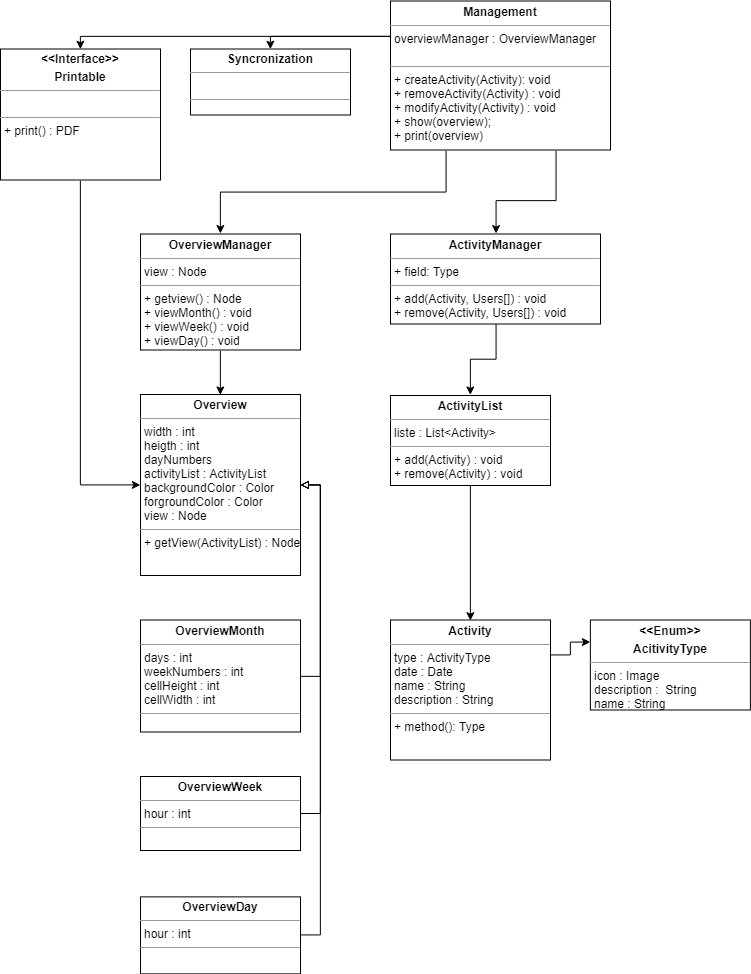
Before: docs/diagrams/AnalyseDiagrammer/PlanlaegningAnalyseKlasseDiagram.png, a diagram exported from draw.io (SBangslund/SE02_Projekt). Source tidied: cells renumbered, new cells last; positions are measured from the earlier drawing's top-left corner, leaving out a move shared by most shapes.
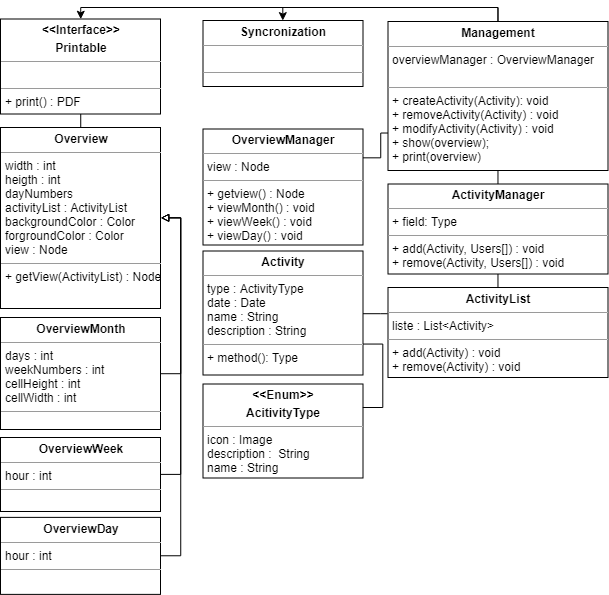
After the change.

Commit message:
opdatering analyseklassediagram se planlægning

Change to the diagram source:
```diff
@@ -3,89 +3,109 @@
     <mxCell id="0" />
     <mxCell id="1" parent="0" />
     <mxCell id="2" value="&lt;p style=&quot;margin: 0px ; margin-top: 4px ; text-align: center&quot;&gt;&lt;b&gt;Overview&lt;/b&gt;&lt;/p&gt;&lt;hr size=&quot;1&quot;&gt;&lt;p style=&quot;margin: 0px ; margin-left: 4px&quot;&gt;width : int&lt;/p&gt;&lt;p style=&quot;margin: 0px ; margin-left: 4px&quot;&gt;heigth : int&lt;/p&gt;&lt;p style=&quot;margin: 0px ; margin-left: 4px&quot;&gt;dayNumbers&lt;/p&gt;&lt;p style=&quot;margin: 0px ; margin-left: 4px&quot;&gt;activityList : ActivityList&lt;/p&gt;&lt;p style=&quot;margin: 0px ; margin-left: 4px&quot;&gt;backgroundColor : Color&lt;/p&gt;&lt;p style=&quot;margin: 0px ; margin-left: 4px&quot;&gt;forgroundColor : Color&lt;/p&gt;&lt;p style=&quot;margin: 0px ; margin-left: 4px&quot;&gt;view : Node&lt;/p&gt;&lt;hr size=&quot;1&quot;&gt;&lt;p style=&quot;margin: 0px ; margin-left: 4px&quot;&gt;+ getView(ActivityList) : Node&lt;/p&gt;" style="verticalAlign=top;align=left;overflow=fill;fontSize=12;fontFamily=Helvetica;html=1;" parent="1" vertex="1">
-      <mxGeometry x="140" y="393" width="160" height="181" as="geometry" />
+      <mxGeometry x="180" y="162" width="160" height="181" as="geometry" />
     </mxCell>
     <mxCell id="3" style="edgeStyle=orthogonalEdgeStyle;rounded=0;jumpStyle=arc;jettySize=auto;html=1;exitX=1;exitY=0.5;exitDx=0;exitDy=0;entryX=1;entryY=0.5;entryDx=0;entryDy=0;endArrow=block;endFill=0;" parent="1" edge="1" source="4" target="2">
       <mxGeometry relative="1" as="geometry" />
     </mxCell>
     <mxCell id="4" value="&lt;p style=&quot;margin: 0px ; margin-top: 4px ; text-align: center&quot;&gt;&lt;b&gt;OverviewMonth&lt;/b&gt;&lt;/p&gt;&lt;hr size=&quot;1&quot;&gt;&lt;p style=&quot;margin: 0px ; margin-left: 4px&quot;&gt;days : int&lt;/p&gt;&lt;p style=&quot;margin: 0px ; margin-left: 4px&quot;&gt;weekNumbers : int&lt;/p&gt;&lt;p style=&quot;margin: 0px ; margin-left: 4px&quot;&gt;cellHeight : int&lt;/p&gt;&lt;p style=&quot;margin: 0px ; margin-left: 4px&quot;&gt;cellWidth : int&lt;/p&gt;&lt;hr size=&quot;1&quot;&gt;&lt;p style=&quot;margin: 0px ; margin-left: 4px&quot;&gt;&lt;br&gt;&lt;/p&gt;" style="verticalAlign=top;align=left;overflow=fill;fontSize=12;fontFamily=Helvetica;html=1;" parent="1" vertex="1">
-      <mxGeometry x="140" y="618.5" width="160" height="112" as="geometry" />
+      <mxGeometry x="180" y="352" width="160" height="112" as="geometry" />
     </mxCell>
     <mxCell id="5" style="edgeStyle=orthogonalEdgeStyle;rounded=0;jumpStyle=arc;jettySize=auto;html=1;exitX=1;exitY=0.5;exitDx=0;exitDy=0;entryX=1;entryY=0.5;entryDx=0;entryDy=0;endArrow=block;endFill=0;" parent="1" edge="1" source="6" target="2">
       <mxGeometry relative="1" as="geometry" />
     </mxCell>
     <mxCell id="6" value="&lt;p style=&quot;margin: 0px ; margin-top: 4px ; text-align: center&quot;&gt;&lt;b&gt;OverviewWeek&lt;/b&gt;&lt;/p&gt;&lt;hr size=&quot;1&quot;&gt;&lt;p style=&quot;margin: 0px ; margin-left: 4px&quot;&gt;hour : int&lt;/p&gt;&lt;hr size=&quot;1&quot;&gt;&lt;p style=&quot;margin: 0px ; margin-left: 4px&quot;&gt;&lt;br&gt;&lt;/p&gt;" style="verticalAlign=top;align=left;overflow=fill;fontSize=12;fontFamily=Helvetica;html=1;" parent="1" vertex="1">
-      <mxGeometry x="140" y="775" width="160" height="74" as="geometry" />
+      <mxGeometry x="180" y="472" width="160" height="74" as="geometry" />
     </mxCell>
     <mxCell id="7" style="edgeStyle=orthogonalEdgeStyle;rounded=0;jumpStyle=arc;jettySize=auto;html=1;exitX=1;exitY=0.5;exitDx=0;exitDy=0;entryX=1;entryY=0.5;entryDx=0;entryDy=0;endArrow=block;endFill=0;" parent="1" edge="1" source="8" target="2">
-      <mxGeometry relative="1" as="geometry" />
+      <mxGeometry relative="1" as="geometry">
+        <Array as="points">
+          <mxPoint x="360" y="591" />
+          <mxPoint x="360" y="253" />
+        </Array>
+      </mxGeometry>
     </mxCell>
     <mxCell id="8" value="&lt;p style=&quot;margin: 0px ; margin-top: 4px ; text-align: center&quot;&gt;&lt;b&gt;OverviewDay&lt;/b&gt;&lt;/p&gt;&lt;hr size=&quot;1&quot;&gt;&lt;p style=&quot;margin: 0px ; margin-left: 4px&quot;&gt;hour : int&lt;/p&gt;&lt;hr size=&quot;1&quot;&gt;&lt;p style=&quot;margin: 0px ; margin-left: 4px&quot;&gt;&lt;br&gt;&lt;/p&gt;" style="verticalAlign=top;align=left;overflow=fill;fontSize=12;fontFamily=Helvetica;html=1;" parent="1" vertex="1">
-      <mxGeometry x="140" y="895.4" width="160" height="77" as="geometry" />
+      <mxGeometry x="180" y="551.9" width="160" height="77" as="geometry" />
     </mxCell>
-    <mxCell id="9" style="edgeStyle=orthogonalEdgeStyle;rounded=0;jumpStyle=arc;jettySize=auto;html=1;exitX=0.25;exitY=1;exitDx=0;exitDy=0;entryX=0.5;entryY=0;entryDx=0;entryDy=0;" parent="1" edge="1" source="13" target="18">
-      <mxGeometry relative="1" as="geometry" />
+    <mxCell id="9" style="edgeStyle=orthogonalEdgeStyle;rounded=0;jumpStyle=arc;jettySize=auto;html=1;exitX=0;exitY=0.75;exitDx=0;exitDy=0;entryX=1;entryY=0.25;entryDx=0;entryDy=0;endArrow=none;endFill=0;" parent="1" edge="1" source="13" target="18">
+      <mxGeometry relative="1" as="geometry">
+        <Array as="points">
+          <mxPoint x="560" y="168" />
+          <mxPoint x="560" y="192" />
+        </Array>
+      </mxGeometry>
     </mxCell>
-    <mxCell id="10" style="edgeStyle=orthogonalEdgeStyle;rounded=0;jumpStyle=arc;jettySize=auto;html=1;exitX=0.75;exitY=1;exitDx=0;exitDy=0;entryX=0.5;entryY=0;entryDx=0;entryDy=0;" parent="1" edge="1" source="13" target="20">
+    <mxCell id="10" style="edgeStyle=orthogonalEdgeStyle;rounded=0;jumpStyle=arc;jettySize=auto;html=1;exitX=0.5;exitY=1;exitDx=0;exitDy=0;entryX=0.5;entryY=0;entryDx=0;entryDy=0;endArrow=none;endFill=0;" parent="1" edge="1" source="13" target="20">
       <mxGeometry relative="1" as="geometry">
         <Array as="points">
-          <mxPoint x="555" y="199.5" />
-          <mxPoint x="495" y="199.5" />
+          <mxPoint x="677" y="212" />
+          <mxPoint x="677" y="212" />
         </Array>
       </mxGeometry>
     </mxCell>
+    <mxCell id="12" style="edgeStyle=orthogonalEdgeStyle;rounded=0;jettySize=auto;html=1;exitX=0.5;exitY=0;exitDx=0;exitDy=0;entryX=0.5;entryY=0;entryDx=0;entryDy=0;" parent="1" edge="1" source="13" target="15">
+      <mxGeometry relative="1" as="geometry">
+        <Array as="points">
+          <mxPoint x="677" y="42" />
+          <mxPoint x="260" y="42" />
+        </Array>
+      </mxGeometry>
+    </mxCell>
-    <mxCell id="11" style="edgeStyle=orthogonalEdgeStyle;rounded=0;jumpStyle=arc;jettySize=auto;html=1;exitX=0;exitY=0.25;exitDx=0;exitDy=0;entryX=0.5;entryY=0;entryDx=0;entryDy=0;endArrow=classic;endFill=1;" parent="1" edge="1" source="13" target="16">
+    <mxCell id="11" style="edgeStyle=orthogonalEdgeStyle;rounded=0;jettySize=auto;html=1;exitX=0.5;exitY=0;exitDx=0;exitDy=0;entryX=0.5;entryY=0;entryDx=0;entryDy=0;" parent="1" edge="1" source="13" target="16">
       <mxGeometry relative="1" as="geometry">
         <Array as="points">
-          <mxPoint x="270" y="34.5" />
+          <mxPoint x="677" y="42" />
+          <mxPoint x="463" y="42" />
         </Array>
       </mxGeometry>
     </mxCell>
-    <mxCell id="12" style="edgeStyle=orthogonalEdgeStyle;rounded=0;jumpStyle=arc;jettySize=auto;html=1;exitX=0;exitY=0.25;exitDx=0;exitDy=0;entryX=0.5;entryY=0;entryDx=0;entryDy=0;endArrow=classic;endFill=1;" parent="1" edge="1" source="13" target="15">
-      <mxGeometry relative="1" as="geometry">
-        <Array as="points">
-          <mxPoint x="80" y="34.5" />
-        </Array>
-      </mxGeometry>
-    </mxCell>
     <mxCell id="13" value="&lt;p style=&quot;margin: 0px ; margin-top: 4px ; text-align: center&quot;&gt;&lt;b&gt;Management&lt;/b&gt;&lt;/p&gt;&lt;hr size=&quot;1&quot;&gt;&lt;p style=&quot;margin: 0px ; margin-left: 4px&quot;&gt;overviewManager : OverviewManager&lt;/p&gt;&lt;p style=&quot;margin: 0px ; margin-left: 4px&quot;&gt;&lt;br&gt;&lt;/p&gt;&lt;hr size=&quot;1&quot;&gt;&lt;p style=&quot;margin: 0px ; margin-left: 4px&quot;&gt;+ createActivity(Activity): void&lt;/p&gt;&lt;p style=&quot;margin: 0px ; margin-left: 4px&quot;&gt;+ removeActivity(Activity) : void&lt;/p&gt;&lt;p style=&quot;margin: 0px ; margin-left: 4px&quot;&gt;+ modifyActivity(Activity) : void&lt;/p&gt;&lt;p style=&quot;margin: 0px ; margin-left: 4px&quot;&gt;+ show(overview);&lt;/p&gt;&lt;p style=&quot;margin: 0px ; margin-left: 4px&quot;&gt;+ print(overview)&lt;/p&gt;" style="verticalAlign=top;align=left;overflow=fill;fontSize=12;fontFamily=Helvetica;html=1;" parent="1" vertex="1">
-      <mxGeometry x="390" y="-0.5" width="220" height="149" as="geometry" />
+      <mxGeometry x="567.5" y="56" width="220" height="149" as="geometry" />
     </mxCell>
-    <mxCell id="14" style="edgeStyle=orthogonalEdgeStyle;rounded=0;jumpStyle=arc;jettySize=auto;html=1;exitX=0.5;exitY=1;exitDx=0;exitDy=0;entryX=0;entryY=0.5;entryDx=0;entryDy=0;endArrow=classic;endFill=1;" parent="1" edge="1" source="15" target="2">
-      <mxGeometry relative="1" as="geometry" />
+    <mxCell id="14" style="edgeStyle=orthogonalEdgeStyle;rounded=0;jumpStyle=arc;jettySize=auto;html=1;exitX=0.5;exitY=1;exitDx=0;exitDy=0;entryX=0.5;entryY=0;entryDx=0;entryDy=0;endArrow=none;endFill=0;" parent="1" edge="1" source="15" target="2">
+      <mxGeometry relative="1" as="geometry">
+        <Array as="points">
+          <mxPoint x="260" y="162" />
+          <mxPoint x="260" y="162" />
+        </Array>
+      </mxGeometry>
     </mxCell>
     <mxCell id="15" value="&lt;p style=&quot;margin: 0px ; margin-top: 4px ; text-align: center&quot;&gt;&lt;b&gt;&amp;lt;&amp;lt;Interface&amp;gt;&amp;gt;&lt;/b&gt;&lt;/p&gt;&lt;p style=&quot;margin: 0px ; margin-top: 4px ; text-align: center&quot;&gt;&lt;b&gt;Printable&lt;/b&gt;&lt;/p&gt;&lt;hr size=&quot;1&quot;&gt;&lt;p style=&quot;margin: 0px ; margin-left: 4px&quot;&gt;&lt;br&gt;&lt;/p&gt;&lt;hr size=&quot;1&quot;&gt;&lt;p style=&quot;margin: 0px ; margin-left: 4px&quot;&gt;+ print() : PDF&lt;/p&gt;" style="verticalAlign=top;align=left;overflow=fill;fontSize=12;fontFamily=Helvetica;html=1;" parent="1" vertex="1">
-      <mxGeometry y="47.5" width="160" height="131" as="geometry" />
+      <mxGeometry x="180" y="53.5" width="160" height="95" as="geometry" />
     </mxCell>
     <mxCell id="16" value="&lt;p style=&quot;margin: 0px ; margin-top: 4px ; text-align: center&quot;&gt;&lt;b&gt;Syncronization&lt;/b&gt;&lt;/p&gt;&lt;hr size=&quot;1&quot;&gt;&lt;p style=&quot;margin: 0px ; margin-left: 4px&quot;&gt;&lt;br&gt;&lt;/p&gt;&lt;hr size=&quot;1&quot;&gt;&lt;p style=&quot;margin: 0px ; margin-left: 4px&quot;&gt;&lt;br&gt;&lt;/p&gt;" style="verticalAlign=top;align=left;overflow=fill;fontSize=12;fontFamily=Helvetica;html=1;" parent="1" vertex="1">
-      <mxGeometry x="190" y="47.5" width="160" height="66" as="geometry" />
+      <mxGeometry x="382.5" y="55" width="160" height="66" as="geometry" />
     </mxCell>
-    <mxCell id="17" style="edgeStyle=orthogonalEdgeStyle;rounded=0;jumpStyle=arc;jettySize=auto;html=1;exitX=0.5;exitY=1;exitDx=0;exitDy=0;entryX=0.5;entryY=0;entryDx=0;entryDy=0;endArrow=classic;endFill=1;" parent="1" edge="1" source="18" target="2">
-      <mxGeometry relative="1" as="geometry" />
-    </mxCell>
     <mxCell id="18" value="&lt;p style=&quot;margin: 0px ; margin-top: 4px ; text-align: center&quot;&gt;&lt;b&gt;OverviewManager&lt;/b&gt;&lt;/p&gt;&lt;hr size=&quot;1&quot;&gt;&lt;p style=&quot;margin: 0px ; margin-left: 4px&quot;&gt;view : Node&lt;/p&gt;&lt;hr size=&quot;1&quot;&gt;&lt;p style=&quot;margin: 0px ; margin-left: 4px&quot;&gt;+ getview() : Node&lt;/p&gt;&lt;p style=&quot;margin: 0px ; margin-left: 4px&quot;&gt;+ viewMonth() : void&lt;/p&gt;&lt;p style=&quot;margin: 0px ; margin-left: 4px&quot;&gt;+ viewWeek() : void&lt;/p&gt;&lt;p style=&quot;margin: 0px ; margin-left: 4px&quot;&gt;+ viewDay() : void&lt;/p&gt;" style="verticalAlign=top;align=left;overflow=fill;fontSize=12;fontFamily=Helvetica;html=1;" parent="1" vertex="1">
-      <mxGeometry x="140" y="232.5" width="160" height="116" as="geometry" />
+      <mxGeometry x="382.5" y="163.5" width="160" height="116" as="geometry" />
     </mxCell>
-    <mxCell id="19" style="edgeStyle=orthogonalEdgeStyle;rounded=0;jumpStyle=arc;jettySize=auto;html=1;exitX=0.5;exitY=1;exitDx=0;exitDy=0;entryX=0.5;entryY=0;entryDx=0;entryDy=0;" parent="1" edge="1" source="20" target="25">
+    <mxCell id="19" style="edgeStyle=orthogonalEdgeStyle;rounded=0;jumpStyle=arc;jettySize=auto;html=1;exitX=0.5;exitY=1;exitDx=0;exitDy=0;entryX=0.5;entryY=0;entryDx=0;entryDy=0;endArrow=none;endFill=0;" parent="1" edge="1" source="20" target="25">
       <mxGeometry relative="1" as="geometry" />
     </mxCell>
     <mxCell id="20" value="&lt;p style=&quot;margin: 0px ; margin-top: 4px ; text-align: center&quot;&gt;&lt;b&gt;ActivityManager&lt;/b&gt;&lt;/p&gt;&lt;hr size=&quot;1&quot;&gt;&lt;p style=&quot;margin: 0px ; margin-left: 4px&quot;&gt;+ field: Type&lt;/p&gt;&lt;hr size=&quot;1&quot;&gt;&lt;p style=&quot;margin: 0px ; margin-left: 4px&quot;&gt;+ add(Activity, Users[]) : void&lt;br&gt;+ remove(Activity, Users[]) : void&lt;br&gt;&lt;/p&gt;&lt;div&gt;&lt;br&gt;&lt;/div&gt;" style="verticalAlign=top;align=left;overflow=fill;fontSize=12;fontFamily=Helvetica;html=1;" parent="1" vertex="1">
-      <mxGeometry x="390" y="232.5" width="210" height="90" as="geometry" />
+      <mxGeometry x="567.5" y="218.5" width="220" height="90" as="geometry" />
     </mxCell>
     <mxCell id="21" value="&lt;p style=&quot;margin: 0px ; margin-top: 4px ; text-align: center&quot;&gt;&lt;b&gt;&amp;lt;&amp;lt;Enum&amp;gt;&amp;gt;&lt;/b&gt;&lt;/p&gt;&lt;p style=&quot;margin: 0px ; margin-top: 4px ; text-align: center&quot;&gt;&lt;b&gt;AcitivityType&lt;/b&gt;&lt;/p&gt;&lt;hr size=&quot;1&quot;&gt;&lt;p style=&quot;margin: 0px ; margin-left: 4px&quot;&gt;icon : Image&lt;br&gt;description :&amp;nbsp; String&lt;br&gt;name : String&lt;br&gt;&lt;/p&gt;&lt;hr size=&quot;1&quot;&gt;&lt;p style=&quot;margin: 0px ; margin-left: 4px&quot;&gt;+ method(): Type&lt;/p&gt;" style="verticalAlign=top;align=left;overflow=fill;fontSize=12;fontFamily=Helvetica;html=1;" parent="1" vertex="1">
-      <mxGeometry x="589.9" y="618.5" width="160" height="90" as="geometry" />
+      <mxGeometry x="382.5" y="418.5" width="160" height="94" as="geometry" />
     </mxCell>
-    <mxCell id="22" style="edgeStyle=orthogonalEdgeStyle;rounded=0;jumpStyle=arc;jettySize=auto;html=1;exitX=1;exitY=0.25;exitDx=0;exitDy=0;entryX=0;entryY=0.25;entryDx=0;entryDy=0;" parent="1" edge="1" source="23" target="21">
+    <mxCell id="22" style="edgeStyle=orthogonalEdgeStyle;rounded=0;jumpStyle=arc;jettySize=auto;html=1;exitX=1;exitY=0.75;exitDx=0;exitDy=0;entryX=1;entryY=0.25;entryDx=0;entryDy=0;endArrow=none;endFill=0;" parent="1" edge="1" source="23" target="21">
       <mxGeometry relative="1" as="geometry" />
     </mxCell>
     <mxCell id="23" value="&lt;p style=&quot;margin: 0px ; margin-top: 4px ; text-align: center&quot;&gt;&lt;b&gt;Activity&lt;/b&gt;&lt;/p&gt;&lt;hr size=&quot;1&quot;&gt;&lt;p style=&quot;margin: 0px ; margin-left: 4px&quot;&gt;type : ActivityType&lt;/p&gt;&lt;p style=&quot;margin: 0px ; margin-left: 4px&quot;&gt;date : Date&lt;/p&gt;&lt;p style=&quot;margin: 0px ; margin-left: 4px&quot;&gt;name : String&lt;/p&gt;&lt;p style=&quot;margin: 0px ; margin-left: 4px&quot;&gt;description : String&lt;/p&gt;&lt;hr size=&quot;1&quot;&gt;&lt;p style=&quot;margin: 0px ; margin-left: 4px&quot;&gt;+ method(): Type&lt;/p&gt;" style="verticalAlign=top;align=left;overflow=fill;fontSize=12;fontFamily=Helvetica;html=1;" parent="1" vertex="1">
-      <mxGeometry x="390" y="618.5" width="160" height="140" as="geometry" />
+      <mxGeometry x="382.5" y="285.5" width="160" height="124" as="geometry" />
     </mxCell>
-    <mxCell id="24" style="edgeStyle=orthogonalEdgeStyle;rounded=0;jumpStyle=arc;jettySize=auto;html=1;exitX=0.5;exitY=1;exitDx=0;exitDy=0;entryX=0.5;entryY=0;entryDx=0;entryDy=0;" parent="1" edge="1" source="25" target="23">
-      <mxGeometry relative="1" as="geometry" />
-    </mxCell>
+    <mxCell id="26" style="edgeStyle=orthogonalEdgeStyle;rounded=0;jettySize=auto;html=1;endArrow=none;endFill=0;" parent="1" edge="1" target="23">
+      <mxGeometry relative="1" as="geometry">
+        <mxPoint x="567" y="348" as="sourcePoint" />
+        <Array as="points">
+          <mxPoint x="560" y="348" />
+          <mxPoint x="560" y="348" />
+        </Array>
+      </mxGeometry>
+    </mxCell>
     <mxCell id="25" value="&lt;p style=&quot;margin: 0px ; margin-top: 4px ; text-align: center&quot;&gt;&lt;b&gt;ActivityList&lt;/b&gt;&lt;/p&gt;&lt;hr size=&quot;1&quot;&gt;&lt;p style=&quot;margin: 0px ; margin-left: 4px&quot;&gt;liste : List&amp;lt;Activity&amp;gt;&lt;/p&gt;&lt;hr size=&quot;1&quot;&gt;&lt;p style=&quot;margin: 0px ; margin-left: 4px&quot;&gt;+ add(Activity) : void&lt;br&gt;+ remove(Activity) : void&lt;br&gt;&lt;/p&gt;" style="verticalAlign=top;align=left;overflow=fill;fontSize=12;fontFamily=Helvetica;html=1;" parent="1" vertex="1">
-      <mxGeometry x="390" y="394" width="160" height="90" as="geometry" />
+      <mxGeometry x="567.5" y="322" width="220" height="90" as="geometry" />
     </mxCell>
   </root>
 </mxGraphModel>
```
